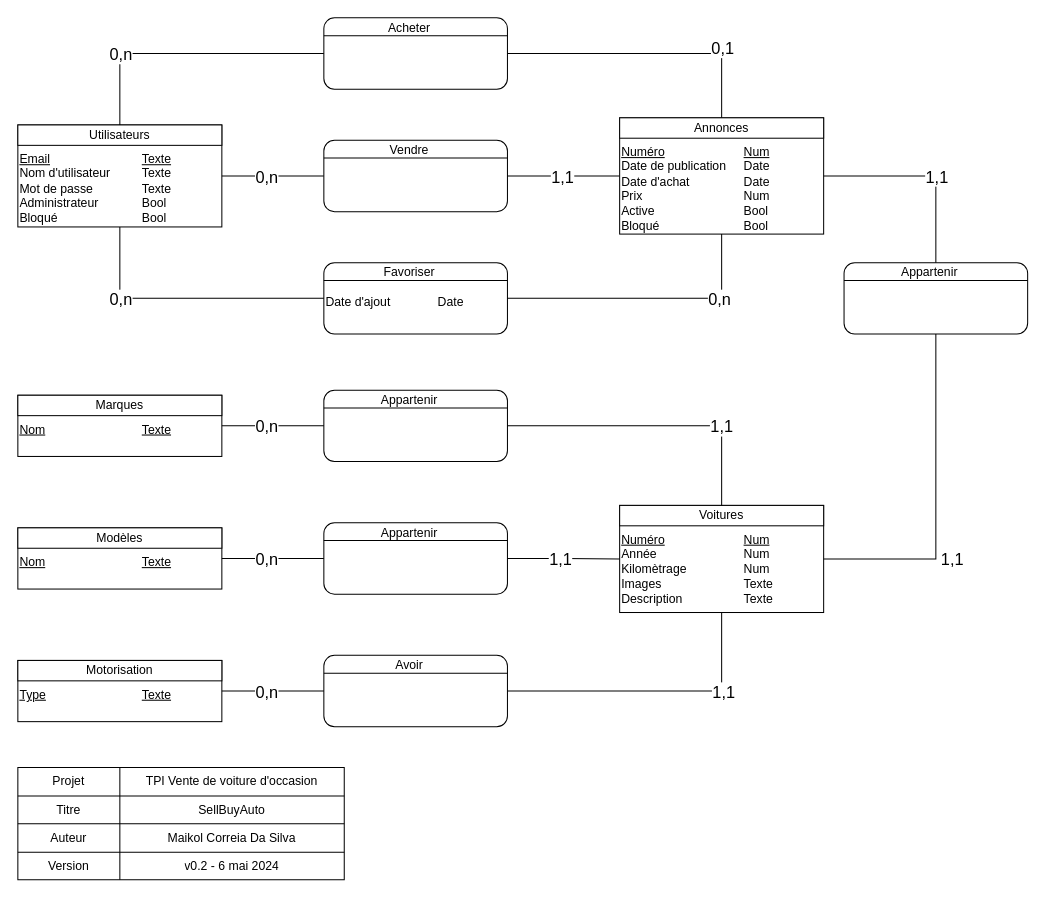
Above: Documentation/Base de données/MCD SellBuyAuto.drawio in Maikol-Da-Silva/SellBuyAuto (draw.io), before the change. Source tidied: cells renumbered, new cells numbered last; positions are measured from the earlier drawing's top-left corner, leaving out a move shared by most shapes. Both pictures are drawn from the tidied source at 102%, with x=0, y=0 at pixel (17, 17).
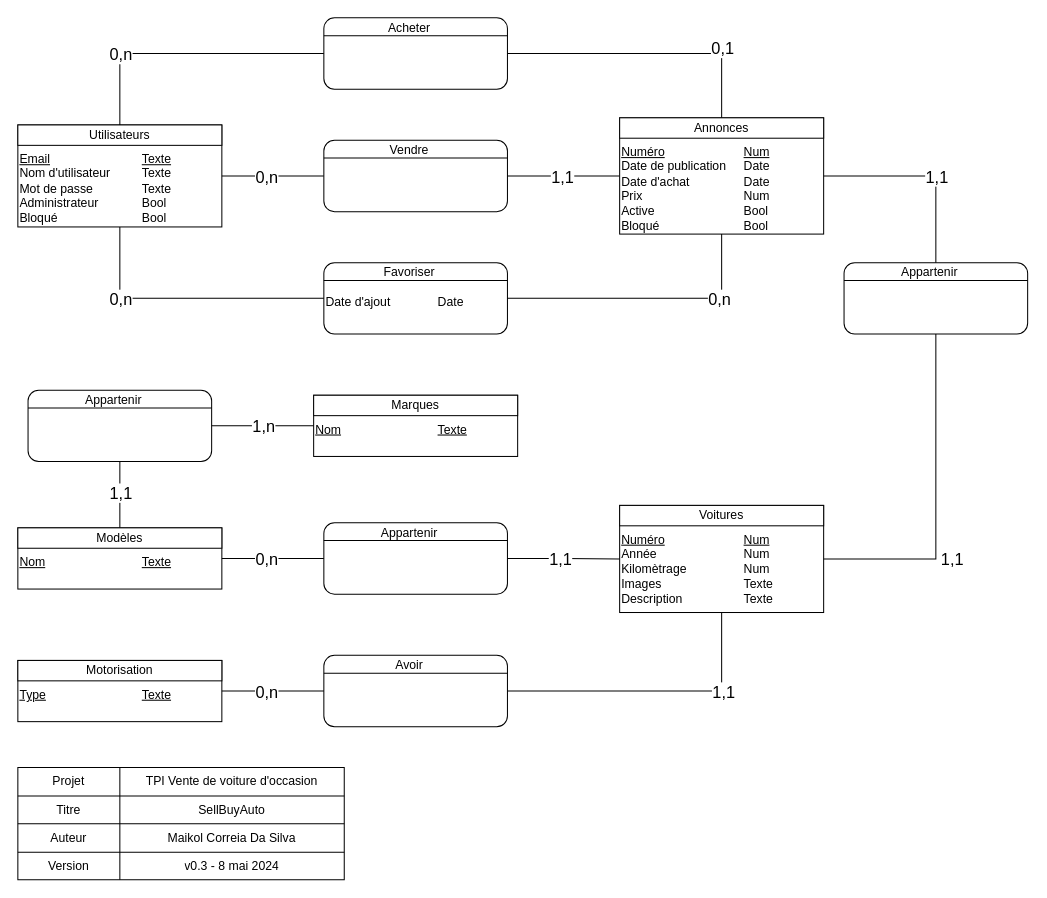
After the change.

Unchanged cells that the change refers to:
```xml
<mxCell id="27" style="shape=partialRectangle;html=1;whiteSpace=wrap;fillColor=none;top=0;left=0;bottom=0;right=0;" parent="17" vertex="1">
  <mxGeometry y="83" width="320" height="27" as="geometry" />
</mxCell>
<mxCell id="47" value="Modèles" style="rounded=0;whiteSpace=wrap;html=1;" parent="1" vertex="1">
  <mxGeometry y="500" width="200" height="20" as="geometry" />
</mxCell>
<mxCell id="51" value="Voitures" style="rounded=0;whiteSpace=wrap;html=1;" parent="1" vertex="1">
  <mxGeometry x="590" y="478" width="200" height="20" as="geometry" />
</mxCell>
```

The edit, as a diff of the source:
```diff
@@
-    <mxCell id="29" value="v0.2 - 6 mai 2024" style="shape=partialRectangle;html=1;whiteSpace=wrap;overflow=hidden;fillColor=none;top=0;left=0;bottom=0;right=0;" parent="27" vertex="1">
+    <mxCell id="29" value="v0.3 - 8 mai 2024" style="shape=partialRectangle;html=1;whiteSpace=wrap;overflow=hidden;fillColor=none;top=0;left=0;bottom=0;right=0;" parent="27" vertex="1">
       <mxGeometry x="100" width="220" height="27" as="geometry" />
     </mxCell>
@@
     <mxCell id="79" value="&lt;div style=&quot;box-sizing: border-box ; width: 100% ; padding: 2px&quot;&gt;&lt;br&gt;&lt;/div&gt;" style="verticalAlign=top;align=center;overflow=fill;html=1;rounded=0;shadow=0;comic=0;labelBackgroundColor=none;strokeColor=#000000;strokeWidth=1;fillColor=#ffffff;fontFamily=Verdana;fontSize=12;fontColor=#000000;" parent="1" vertex="1">
-      <mxGeometry y="370" width="200" height="60" as="geometry" />
+      <mxGeometry x="290" y="370" width="200" height="60" as="geometry" />
     </mxCell>
     <mxCell id="80" value="Marques" style="rounded=0;whiteSpace=wrap;html=1;" parent="1" vertex="1">
-      <mxGeometry y="370" width="200" height="20" as="geometry" />
+      <mxGeometry x="290" y="370" width="200" height="20" as="geometry" />
     </mxCell>
     <mxCell id="81" value="&lt;u&gt;Nom&lt;/u&gt;" style="text;html=1;strokeColor=none;fillColor=none;align=left;verticalAlign=top;whiteSpace=wrap;rounded=0;" parent="1" vertex="1">
-      <mxGeometry y="390" width="100" height="60" as="geometry" />
+      <mxGeometry x="290" y="390" width="100" height="60" as="geometry" />
     </mxCell>
     <mxCell id="82" value="&lt;u&gt;Texte&lt;/u&gt;" style="text;html=1;strokeColor=none;fillColor=none;align=left;verticalAlign=top;whiteSpace=wrap;rounded=0;" parent="1" vertex="1">
-      <mxGeometry x="120" y="390" width="80" height="50" as="geometry" />
+      <mxGeometry x="410" y="390" width="80" height="50" as="geometry" />
     </mxCell>
-    <mxCell id="83" value="&lt;div style=&quot;box-sizing: border-box ; width: 100% ; padding: 2px&quot;&gt;&lt;br&gt;&lt;/div&gt;" style="verticalAlign=top;align=center;overflow=fill;html=1;rounded=1;shadow=0;comic=0;labelBackgroundColor=none;strokeColor=#000000;strokeWidth=1;fillColor=#ffffff;fontFamily=Verdana;fontSize=12;fontColor=#000000;" parent="1" vertex="1">
-      <mxGeometry x="300" y="365" width="180" height="70" as="geometry" />
-    </mxCell>
-    <mxCell id="84" style="endArrow=none;html=1;entryX=1;entryY=0.25;entryDx=0;entryDy=0;exitX=0;exitY=0.25;exitDx=0;exitDy=0;" parent="1" edge="1" source="83" target="83">
-      <mxGeometry relative="1" as="geometry" />
-    </mxCell>
+    <mxCell id="90" value="&lt;div style=&quot;box-sizing: border-box ; width: 100% ; padding: 2px&quot;&gt;&lt;br&gt;&lt;/div&gt;" style="verticalAlign=top;align=center;overflow=fill;html=1;rounded=1;shadow=0;comic=0;labelBackgroundColor=none;strokeColor=#000000;strokeWidth=1;fillColor=#ffffff;fontFamily=Verdana;fontSize=12;fontColor=#000000;" parent="1" vertex="1">
+      <mxGeometry x="10" y="365" width="180" height="70" as="geometry" />
+    </mxCell>
+    <mxCell id="91" style="endArrow=none;html=1;entryX=1;entryY=0.25;entryDx=0;entryDy=0;exitX=0;exitY=0.25;exitDx=0;exitDy=0;" parent="1" edge="1" source="90" target="90">
+      <mxGeometry relative="1" as="geometry" />
+    </mxCell>
     <mxCell id="85" value="Appartenir" style="text;html=1;strokeColor=none;fillColor=none;align=center;verticalAlign=middle;whiteSpace=wrap;rounded=0;" parent="1" vertex="1">
-      <mxGeometry x="324" y="365" width="120" height="20" as="geometry" />
+      <mxGeometry x="34" y="365" width="120" height="20" as="geometry" />
     </mxCell>
-    <mxCell id="86" style="edgeStyle=orthogonalEdgeStyle;html=1;labelBackgroundColor=none;startArrow=none;endArrow=none;fontFamily=Verdana;fontSize=12;align=left;exitX=1;exitY=0.5;exitDx=0;exitDy=0;entryX=0;entryY=0.5;entryDx=0;entryDy=0;startFill=0;endFill=0;rounded=0;" parent="1" edge="1" source="79" target="83">
-      <mxGeometry relative="1" as="geometry" />
-    </mxCell>
-    <mxCell id="87" value="0,n" style="text;html=1;align=center;verticalAlign=middle;labelBackgroundColor=#ffffff;direction=south;fontSize=16;" parent="86" vertex="1">
-      <mxGeometry x="-0.77" y="-1" relative="1" as="geometry">
-        <mxPoint x="31" y="-1" as="offset" />
-      </mxGeometry>
-    </mxCell>
-    <mxCell id="88" style="edgeStyle=orthogonalEdgeStyle;html=1;labelBackgroundColor=none;startArrow=none;endArrow=none;fontFamily=Verdana;fontSize=12;align=left;exitX=1;exitY=0.5;exitDx=0;exitDy=0;entryX=0.5;entryY=0;entryDx=0;entryDy=0;startFill=0;endFill=0;rounded=0;" parent="1" edge="1" source="83" target="51">
-      <mxGeometry relative="1" as="geometry" />
-    </mxCell>
+    <mxCell id="92" style="edgeStyle=orthogonalEdgeStyle;html=1;labelBackgroundColor=none;startArrow=none;endArrow=none;fontFamily=Verdana;fontSize=12;align=left;exitX=0.5;exitY=1;exitDx=0;exitDy=0;entryX=0.5;entryY=0;entryDx=0;entryDy=0;startFill=0;endFill=0;rounded=0;" parent="1" edge="1" source="90" target="47">
+      <mxGeometry relative="1" as="geometry">
+        <Array as="points">
+          <mxPoint x="100" y="485" />
+          <mxPoint x="100" y="485" />
+        </Array>
+      </mxGeometry>
+    </mxCell>
-    <mxCell id="89" value="1,1" style="text;html=1;align=center;verticalAlign=middle;labelBackgroundColor=#ffffff;direction=south;fontSize=16;" parent="88" vertex="1">
+    <mxCell id="89" value="1,1" style="text;html=1;align=center;verticalAlign=middle;labelBackgroundColor=#ffffff;direction=south;fontSize=16;" parent="92" vertex="1">
       <mxGeometry x="-0.77" y="-1" relative="1" as="geometry">
-        <mxPoint x="176" y="-1" as="offset" />
+        <mxPoint x="1" y="23" as="offset" />
       </mxGeometry>
     </mxCell>
+    <mxCell id="93" style="edgeStyle=orthogonalEdgeStyle;html=1;labelBackgroundColor=none;startArrow=none;endArrow=none;fontFamily=Verdana;fontSize=12;align=left;exitX=1;exitY=0.5;exitDx=0;exitDy=0;entryX=0;entryY=0.5;entryDx=0;entryDy=0;startFill=0;endFill=0;rounded=0;" parent="1" edge="1" source="90" target="79">
+      <mxGeometry relative="1" as="geometry" />
+    </mxCell>
+    <mxCell id="94" value="1,n" style="text;html=1;align=center;verticalAlign=middle;labelBackgroundColor=#ffffff;direction=south;fontSize=16;" parent="93" vertex="1">
+      <mxGeometry x="-0.77" y="-1" relative="1" as="geometry">
+        <mxPoint x="38" y="-1" as="offset" />
+      </mxGeometry>
+    </mxCell>
```
